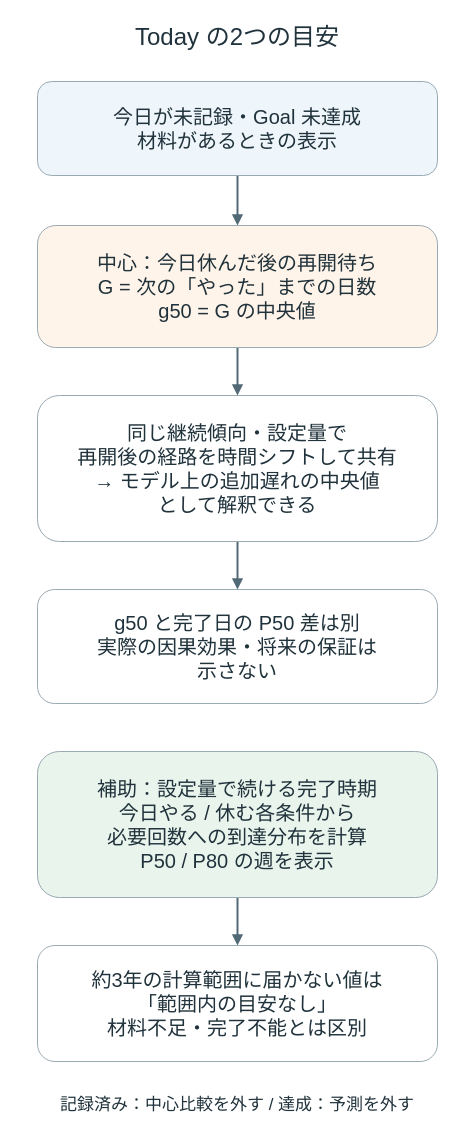
Before: docs/diagrams/today-meaning.drawio in FutuerROI-DevTeam/Futuer-ROI, a draw.io diagram. Source tidied: cells renumbered, new cells numbered last; positions are measured from the earlier drawing's top-left corner, leaving out a move shared by most shapes. Both pictures are drawn from the tidied source at 100%, with x=0, y=0 at pixel (17, 17).
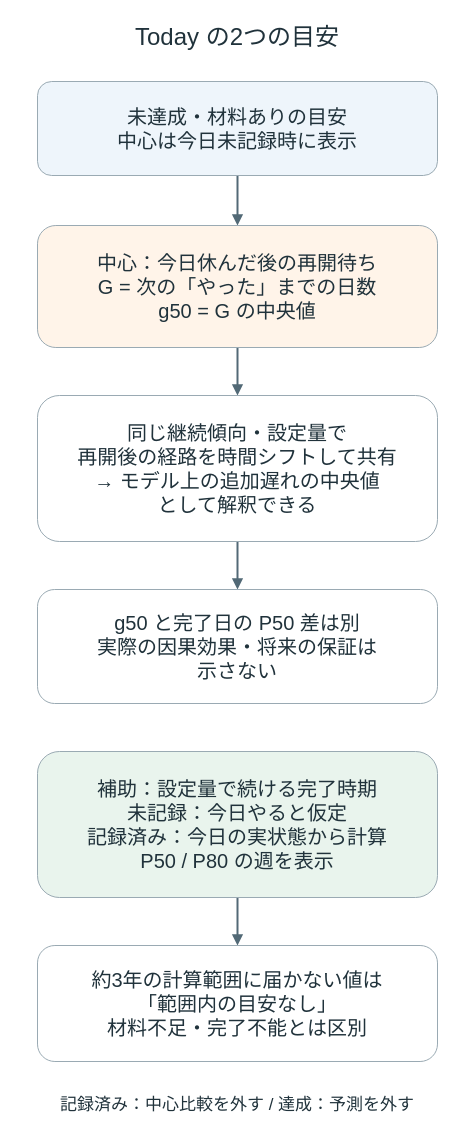
Above is the later version.

The edit, as a diff of the source:
```diff
@@
 <mxGraphModel>
   <root>
     <mxCell id="0" />
     <mxCell id="1" parent="0" />
     <mxCell id="2" style="endArrow=block;endFill=1;strokeColor=#526976;strokeWidth=2;" parent="1" edge="1">
       <mxGeometry relative="1" as="geometry">
         <mxPoint x="220" y="158" as="sourcePoint" />
         <mxPoint x="220" y="208" as="targetPoint" />
       </mxGeometry>
     </mxCell>
     <mxCell id="3" style="endArrow=block;endFill=1;strokeColor=#526976;strokeWidth=2;" parent="1" edge="1">
       <mxGeometry relative="1" as="geometry">
         <mxPoint x="220" y="330" as="sourcePoint" />
         <mxPoint x="220" y="378" as="targetPoint" />
       </mxGeometry>
     </mxCell>
     <mxCell id="4" style="endArrow=block;endFill=1;strokeColor=#526976;strokeWidth=2;" parent="1" edge="1">
       <mxGeometry relative="1" as="geometry">
         <mxPoint x="220" y="524" as="sourcePoint" />
         <mxPoint x="220" y="572" as="targetPoint" />
       </mxGeometry>
     </mxCell>
     <mxCell id="5" style="endArrow=block;endFill=1;strokeColor=#526976;strokeWidth=2;" parent="1" edge="1">
       <mxGeometry relative="1" as="geometry">
         <mxPoint x="220" y="880" as="sourcePoint" />
         <mxPoint x="220" y="928" as="targetPoint" />
       </mxGeometry>
     </mxCell>
     <mxCell id="6" value="Today の2つの目安" style="rounded=1;whiteSpace=wrap;html=0;fillColor=none;strokeColor=none;fontColor=#20323b;fontSize=24;fontFamily=Yu Gothic;align=center;verticalAlign=middle;spacing=12;" parent="1" vertex="1">
       <mxGeometry width="440" height="40" as="geometry" />
     </mxCell>
-    <mxCell id="7" value="今日が未記録・Goal 未達成&#10;材料があるときの表示" style="rounded=1;whiteSpace=wrap;html=0;fillColor=#eef5fb;strokeColor=#9aaab3;fontColor=#20323b;fontSize=20;fontFamily=Yu Gothic;align=center;verticalAlign=middle;spacing=12;" parent="1" vertex="1">
+    <mxCell id="7" value="未達成・材料ありの目安&#10;中心は今日未記録時に表示" style="rounded=1;whiteSpace=wrap;html=0;fillColor=#eef5fb;strokeColor=#9aaab3;fontColor=#20323b;fontSize=20;fontFamily=Yu Gothic;align=center;verticalAlign=middle;spacing=12;" parent="1" vertex="1">
       <mxGeometry x="20" y="64" width="400" height="94" as="geometry" />
     </mxCell>
     <mxCell id="8" value="中心：今日休んだ後の再開待ち&#10;G = 次の「やった」までの日数&#10;g50 = G の中央値" style="rounded=1;whiteSpace=wrap;html=0;fillColor=#fff4e9;strokeColor=#9aaab3;fontColor=#20323b;fontSize=20;fontFamily=Yu Gothic;align=center;verticalAlign=middle;spacing=12;" parent="1" vertex="1">
       <mxGeometry x="20" y="208" width="400" height="122" as="geometry" />
     </mxCell>
     <mxCell id="9" value="同じ継続傾向・設定量で&#10;再開後の経路を時間シフトして共有&#10;→ モデル上の追加遅れの中央値&#10;として解釈できる" style="rounded=1;whiteSpace=wrap;html=0;fillColor=#ffffff;strokeColor=#9aaab3;fontColor=#20323b;fontSize=20;fontFamily=Yu Gothic;align=center;verticalAlign=middle;spacing=12;" parent="1" vertex="1">
       <mxGeometry x="20" y="378" width="400" height="146" as="geometry" />
     </mxCell>
     <mxCell id="10" value="g50 と完了日の P50 差は別&#10;実際の因果効果・将来の保証は&#10;示さない" style="rounded=1;whiteSpace=wrap;html=0;fillColor=#ffffff;strokeColor=#9aaab3;fontColor=#20323b;fontSize=20;fontFamily=Yu Gothic;align=center;verticalAlign=middle;spacing=12;" parent="1" vertex="1">
       <mxGeometry x="20" y="572" width="400" height="114" as="geometry" />
     </mxCell>
-    <mxCell id="11" value="補助：設定量で続ける完了時期&#10;今日やる / 休む各条件から&#10;必要回数への到達分布を計算&#10;P50 / P80 の週を表示" style="rounded=1;whiteSpace=wrap;html=0;fillColor=#e9f4ed;strokeColor=#9aaab3;fontColor=#20323b;fontSize=20;fontFamily=Yu Gothic;align=center;verticalAlign=middle;spacing=12;" parent="1" vertex="1">
+    <mxCell id="11" value="補助：設定量で続ける完了時期&#10;未記録：今日やると仮定&#10;記録済み：今日の実状態から計算&#10;P50 / P80 の週を表示" style="rounded=1;whiteSpace=wrap;html=0;fillColor=#e9f4ed;strokeColor=#9aaab3;fontColor=#20323b;fontSize=20;fontFamily=Yu Gothic;align=center;verticalAlign=middle;spacing=12;" parent="1" vertex="1">
       <mxGeometry x="20" y="734" width="400" height="146" as="geometry" />
     </mxCell>
     <mxCell id="12" value="約3年の計算範囲に届かない値は&#10;「範囲内の目安なし」&#10;材料不足・完了不能とは区別" style="rounded=1;whiteSpace=wrap;html=0;fillColor=#ffffff;strokeColor=#9aaab3;fontColor=#20323b;fontSize=20;fontFamily=Yu Gothic;align=center;verticalAlign=middle;spacing=12;" parent="1" vertex="1">
       <mxGeometry x="20" y="928" width="400" height="116" as="geometry" />
     </mxCell>
     <mxCell id="13" value="記録済み：中心比較を外す / 達成：予測を外す" style="rounded=1;whiteSpace=wrap;html=0;fillColor=none;strokeColor=none;fontColor=#20323b;fontSize=17;fontFamily=Yu Gothic;align=center;verticalAlign=middle;spacing=12;" parent="1" vertex="1">
       <mxGeometry y="1068" width="440" height="40" as="geometry" />
     </mxCell>
   </root>
 </mxGraphModel>
```
